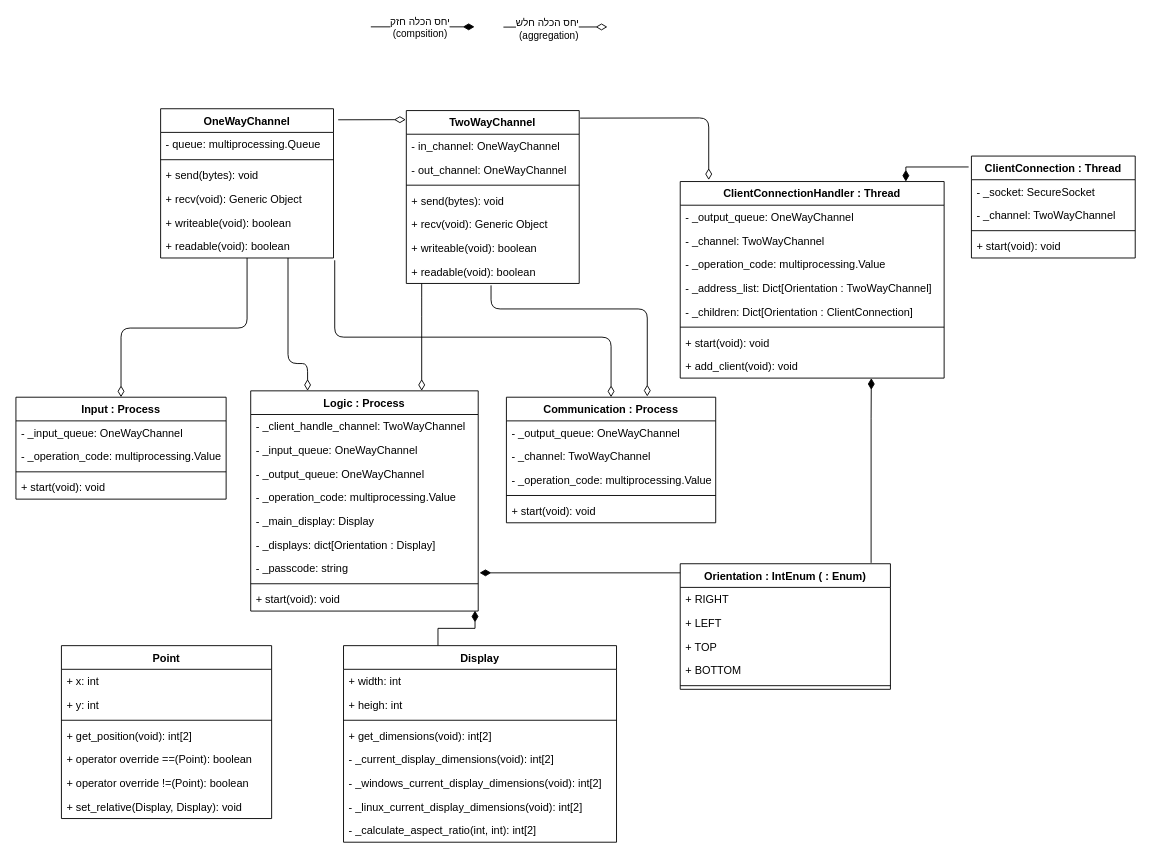
Earlier version of the draw.io diagram z.Planning and Documentation/class diagram.drawio (arielgluzman2003/Monitor-Merger). Source tidied: cells renumbered, new cells numbered last; positions are measured from the earlier drawing's top-left corner, leaving out a move shared by most shapes. Both pictures are drawn from the tidied source at 91%, with x=0, y=0 at pixel (15, 26).
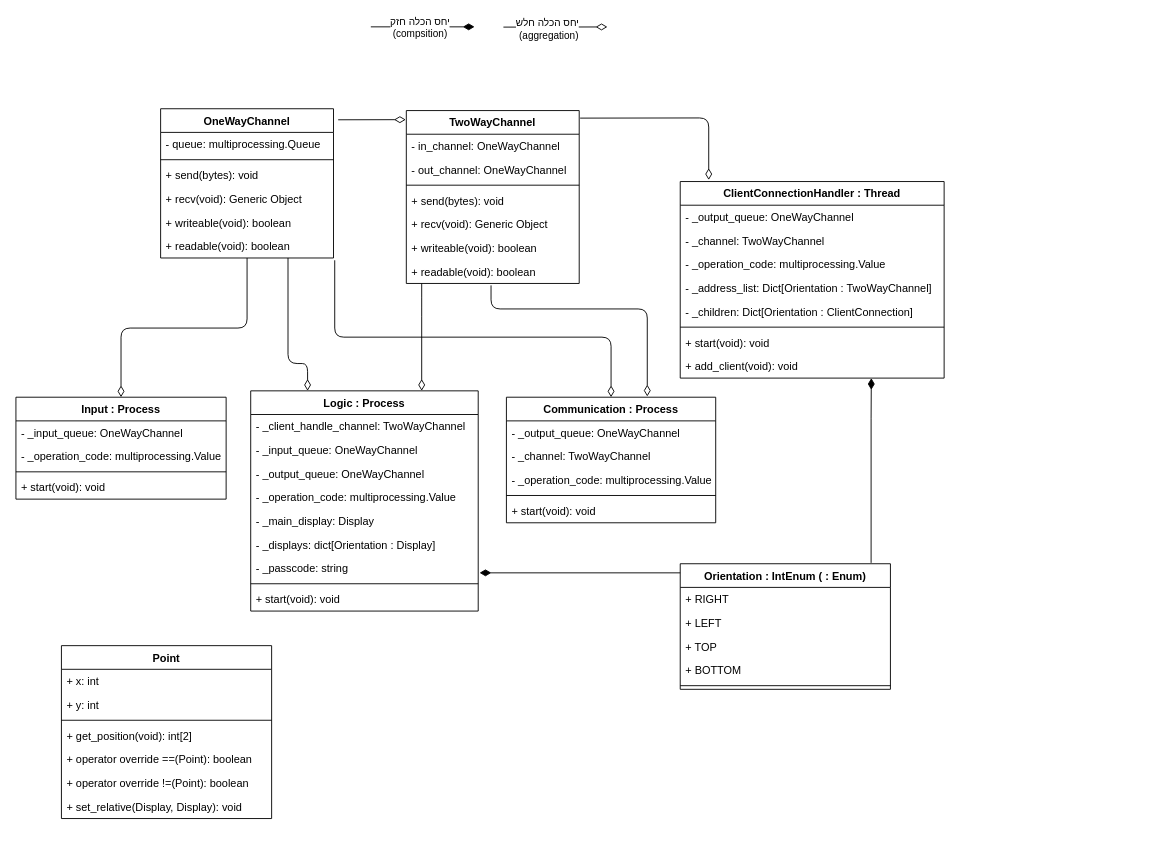
Above is the later version.

Unchanged cells that the change refers to:
```xml
<mxCell id="38" value="+ start(void): void" style="text;strokeColor=none;fillColor=none;align=left;verticalAlign=top;spacingLeft=4;spacingRight=4;overflow=hidden;points=[[0,0.5],[1,0.5]];portConstraint=eastwest;" parent="29" vertex="1">
  <mxGeometry y="216" width="250" height="26" as="geometry" />
</mxCell>
<mxCell id="63" value="ClientConnectionHandler : Thread" style="swimlane;fontStyle=1;align=center;verticalAlign=top;horizontal=1;startSize=26;" parent="1" vertex="1">
  <mxGeometry x="730" y="170" width="290" height="216" as="geometry" />
</mxCell>
```

Diff of the diagram source:
```diff
@@
-    <mxCell id="54" value="Display" style="swimlane;fontStyle=1;align=center;verticalAlign=top;horizontal=1;startSize=26;" parent="1" vertex="1">
-      <mxGeometry x="360" y="680" width="300" height="216" as="geometry" />
-    </mxCell>
-    <mxCell id="55" value="+ width: int" style="text;strokeColor=none;fillColor=none;align=left;verticalAlign=top;spacingLeft=4;spacingRight=4;overflow=hidden;" parent="54" vertex="1">
-      <mxGeometry y="26" width="300" height="26" as="geometry" />
-    </mxCell>
-    <mxCell id="56" value="+ heigh: int" style="text;strokeColor=none;fillColor=none;align=left;verticalAlign=top;spacingLeft=4;spacingRight=4;overflow=hidden;" parent="54" vertex="1">
-      <mxGeometry y="52" width="300" height="26" as="geometry" />
-    </mxCell>
-    <mxCell id="57" style="line;strokeWidth=1;fillColor=none;align=left;verticalAlign=middle;spacingTop=-1;spacingLeft=3;spacingRight=3;labelPosition=right;" parent="54" vertex="1">
-      <mxGeometry y="78" width="300" height="8" as="geometry" />
-    </mxCell>
-    <mxCell id="58" value="+ get_dimensions(void): int[2]" style="text;strokeColor=none;fillColor=none;align=left;verticalAlign=top;spacingLeft=4;spacingRight=4;overflow=hidden;" parent="54" vertex="1">
-      <mxGeometry y="86" width="300" height="26" as="geometry" />
-    </mxCell>
-    <mxCell id="59" value="- _current_display_dimensions(void): int[2]" style="text;strokeColor=none;fillColor=none;align=left;verticalAlign=top;spacingLeft=4;spacingRight=4;overflow=hidden;" parent="54" vertex="1">
-      <mxGeometry y="112" width="300" height="26" as="geometry" />
-    </mxCell>
-    <mxCell id="60" value="- _windows_current_display_dimensions(void): int[2]" style="text;strokeColor=none;fillColor=none;align=left;verticalAlign=top;spacingLeft=4;spacingRight=4;overflow=hidden;" parent="54" vertex="1">
-      <mxGeometry y="138" width="300" height="26" as="geometry" />
-    </mxCell>
-    <mxCell id="61" value="- _linux_current_display_dimensions(void): int[2]" style="text;strokeColor=none;fillColor=none;align=left;verticalAlign=top;spacingLeft=4;spacingRight=4;overflow=hidden;" parent="54" vertex="1">
-      <mxGeometry y="164" width="300" height="26" as="geometry" />
-    </mxCell>
-    <mxCell id="62" value="- _calculate_aspect_ratio(int, int): int[2]" style="text;strokeColor=none;fillColor=none;align=left;verticalAlign=top;spacingLeft=4;spacingRight=4;overflow=hidden;" parent="54" vertex="1">
-      <mxGeometry y="190" width="300" height="26" as="geometry" />
-    </mxCell>
@@
-    <mxCell id="83" style="html=1;endArrow=diamondThin;endFill=1;edgeStyle=elbowEdgeStyle;elbow=vertical;endSize=10;rounded=0;exitX=0.346;exitY=-0.001;exitDx=0;exitDy=0;exitPerimeter=0;entryX=0.986;entryY=0.981;entryDx=0;entryDy=0;entryPerimeter=0;" parent="1" edge="1" source="54" target="38">
-      <mxGeometry relative="1" as="geometry" />
-    </mxCell>
-    <mxCell id="84" value="ClientConnection : Thread" style="swimlane;fontStyle=1;align=center;verticalAlign=top;horizontal=1;startSize=26;" parent="1" vertex="1">
-      <mxGeometry x="1050" y="142" width="180" height="112" as="geometry" />
-    </mxCell>
-    <mxCell id="85" value="- _socket: SecureSocket" style="text;strokeColor=none;fillColor=none;align=left;verticalAlign=top;spacingLeft=4;spacingRight=4;overflow=hidden;" parent="84" vertex="1">
-      <mxGeometry y="26" width="180" height="26" as="geometry" />
-    </mxCell>
-    <mxCell id="86" value="- _channel: TwoWayChannel" style="text;strokeColor=none;fillColor=none;align=left;verticalAlign=top;spacingLeft=4;spacingRight=4;overflow=hidden;" parent="84" vertex="1">
-      <mxGeometry y="52" width="180" height="26" as="geometry" />
-    </mxCell>
-    <mxCell id="87" style="line;strokeWidth=1;fillColor=none;align=left;verticalAlign=middle;spacingTop=-1;spacingLeft=3;spacingRight=3;labelPosition=right;" parent="84" vertex="1">
-      <mxGeometry y="78" width="180" height="8" as="geometry" />
-    </mxCell>
-    <mxCell id="88" value="+ start(void): void" style="text;strokeColor=none;fillColor=none;align=left;verticalAlign=top;spacingLeft=4;spacingRight=4;overflow=hidden;" parent="84" vertex="1">
-      <mxGeometry y="86" width="180" height="26" as="geometry" />
-    </mxCell>
-    <mxCell id="89" style="html=1;endArrow=diamondThin;endFill=1;edgeStyle=elbowEdgeStyle;elbow=vertical;endSize=10;rounded=0;exitX=-0.017;exitY=0.107;exitDx=0;exitDy=0;exitPerimeter=0;entryX=0.855;entryY=0;entryDx=0;entryDy=0;entryPerimeter=0;" parent="1" edge="1" source="84" target="63">
-      <mxGeometry relative="1" as="geometry">
-        <Array as="points">
-          <mxPoint x="1040" y="154" />
-        </Array>
-      </mxGeometry>
-    </mxCell>
```
